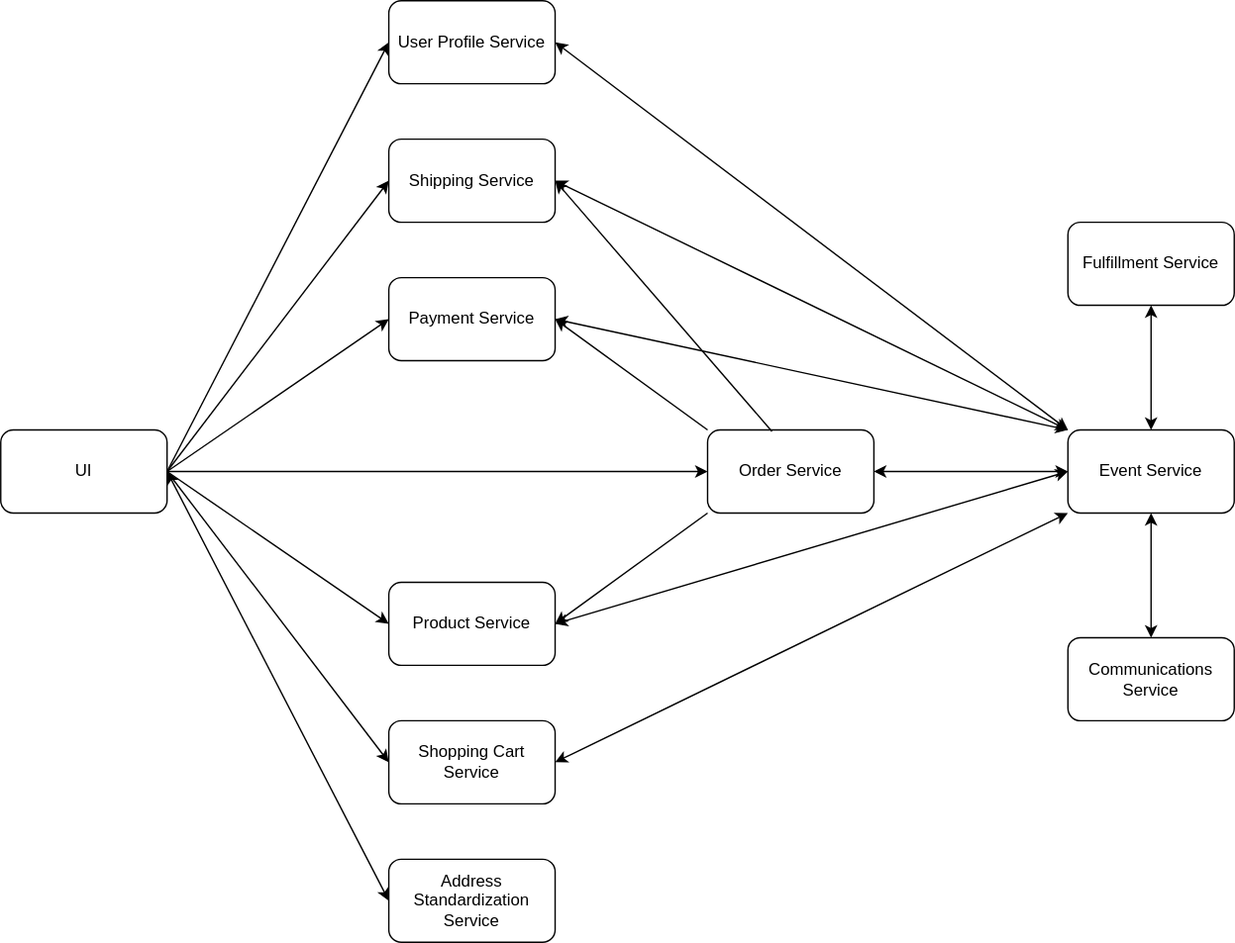
Earlier version of the draw.io export high-level-microservices.svg (tluolamo/php-lumen). Source tidied: cells renumbered, new cells last; positions are measured from the earlier drawing's top-left corner, leaving out a move shared by most shapes.
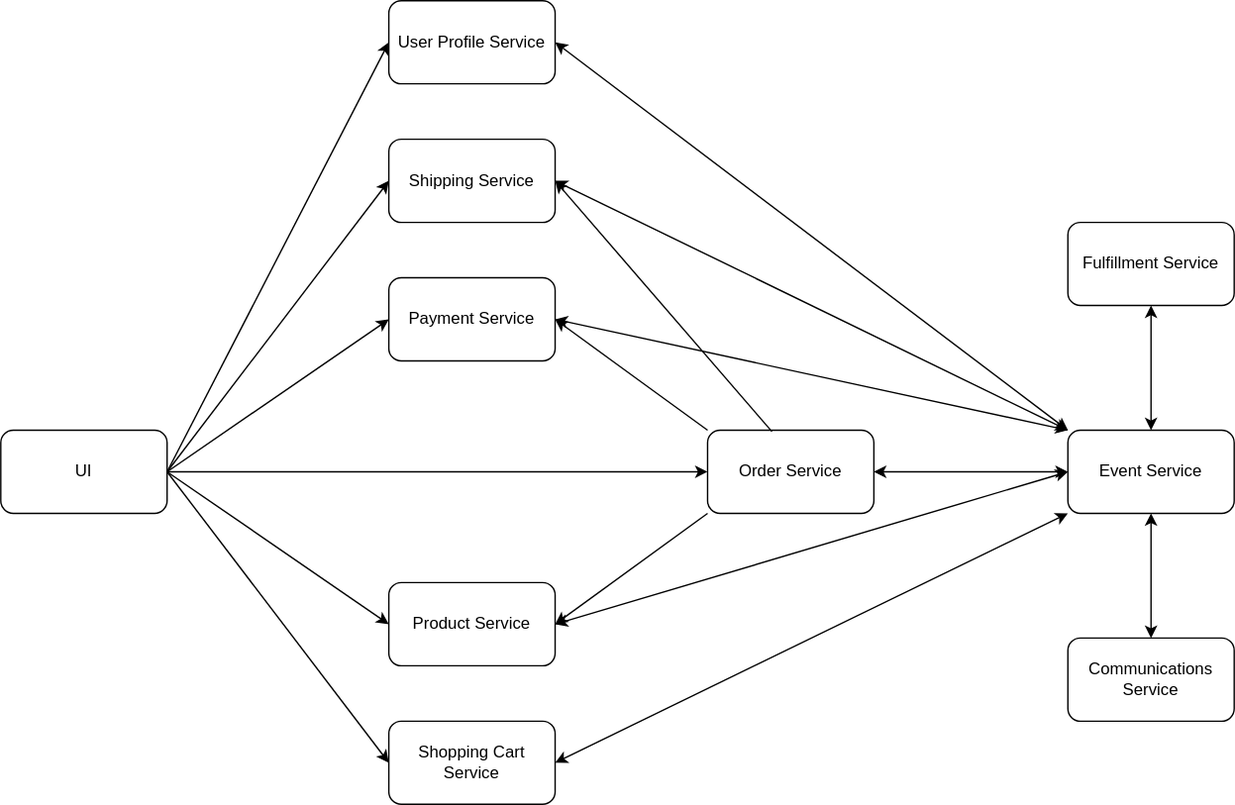
After the change.

Commit message:
remove the address service to simplify

What changed in the source:
```diff
@@ -62,28 +62,22 @@
     <mxCell id="21" style="endArrow=classic;startArrow=classic;html=1;entryX=0;entryY=0;entryDx=0;entryDy=0;exitX=1;exitY=0.5;exitDx=0;exitDy=0;" parent="1" edge="1" source="4" target="9">
       <mxGeometry relative="1" as="geometry" />
     </mxCell>
-    <mxCell id="22" style="endArrow=classic;startArrow=classic;html=1;exitX=1;exitY=0.5;exitDx=0;exitDy=0;" parent="1" edge="1" source="2">
-      <mxGeometry relative="1" as="geometry">
-        <mxPoint x="770" y="340" as="targetPoint" />
-      </mxGeometry>
-    </mxCell>
+    <mxCell id="31" style="endArrow=classic;startArrow=classic;html=1;exitX=1;exitY=0.5;exitDx=0;exitDy=0;" parent="1" edge="1" source="2">
+      <mxGeometry relative="1" as="geometry">
+        <mxPoint x="770" y="340" as="targetPoint" />
+      </mxGeometry>
+    </mxCell>
     <mxCell id="23" style="endArrow=classic;startArrow=classic;html=1;entryX=0;entryY=0.5;entryDx=0;entryDy=0;exitX=1;exitY=0.5;exitDx=0;exitDy=0;" parent="1" edge="1" source="8" target="9">
       <mxGeometry relative="1" as="geometry" />
     </mxCell>
     <mxCell id="24" value="Fulfillment Service" style="rounded=1;whiteSpace=wrap;html=1;" parent="1" vertex="1">
       <mxGeometry x="770" y="160" width="120" height="60" as="geometry" />
     </mxCell>
-    <mxCell id="25" style="endArrow=classic;startArrow=classic;html=1;entryX=0.5;entryY=1;entryDx=0;entryDy=0;" parent="1" edge="1" target="24">
-      <mxGeometry relative="1" as="geometry">
-        <mxPoint x="830" y="310" as="sourcePoint" />
-      </mxGeometry>
-    </mxCell>
-    <mxCell id="26" value="Address Standardization Service" style="rounded=1;whiteSpace=wrap;html=1;" parent="1" vertex="1">
-      <mxGeometry x="280" y="620" width="120" height="60" as="geometry" />
-    </mxCell>
-    <mxCell id="27" style="endArrow=classic;startArrow=classic;html=1;entryX=1;entryY=0.5;entryDx=0;entryDy=0;exitX=0;exitY=0.5;exitDx=0;exitDy=0;" parent="1" edge="1" source="26" target="7">
-      <mxGeometry relative="1" as="geometry" />
-    </mxCell>
+    <mxCell id="32" style="endArrow=classic;startArrow=classic;html=1;entryX=0.5;entryY=1;entryDx=0;entryDy=0;" parent="1" edge="1" target="24">
+      <mxGeometry relative="1" as="geometry">
+        <mxPoint x="830" y="310" as="sourcePoint" />
+      </mxGeometry>
+    </mxCell>
     <mxCell id="28" style="endArrow=classic;html=1;exitX=0;exitY=1;exitDx=0;exitDy=0;entryX=1;entryY=0.5;entryDx=0;entryDy=0;" parent="1" edge="1" source="8" target="2">
       <mxGeometry relative="1" as="geometry" />
     </mxCell>
```
